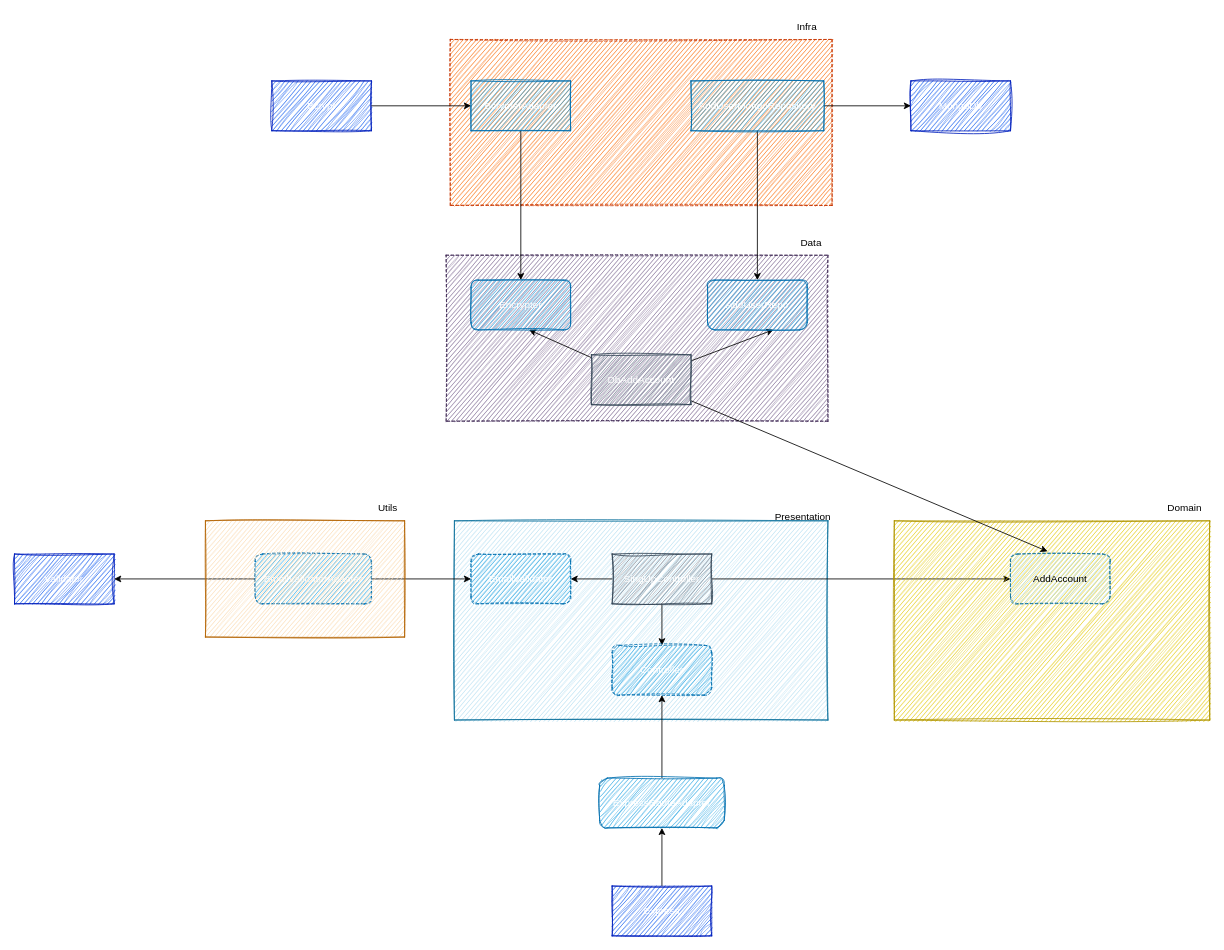
This is diagram.drawio from Luke0195/clean-node-api, a draw.io file, before an edit. Source tidied: cells renumbered, new cells numbered last; positions are measured from the earlier drawing's top-left corner, leaving out a move shared by most shapes. Both pictures are drawn from the tidied source at 83%, with x=0, y=0 at pixel (14, 14).
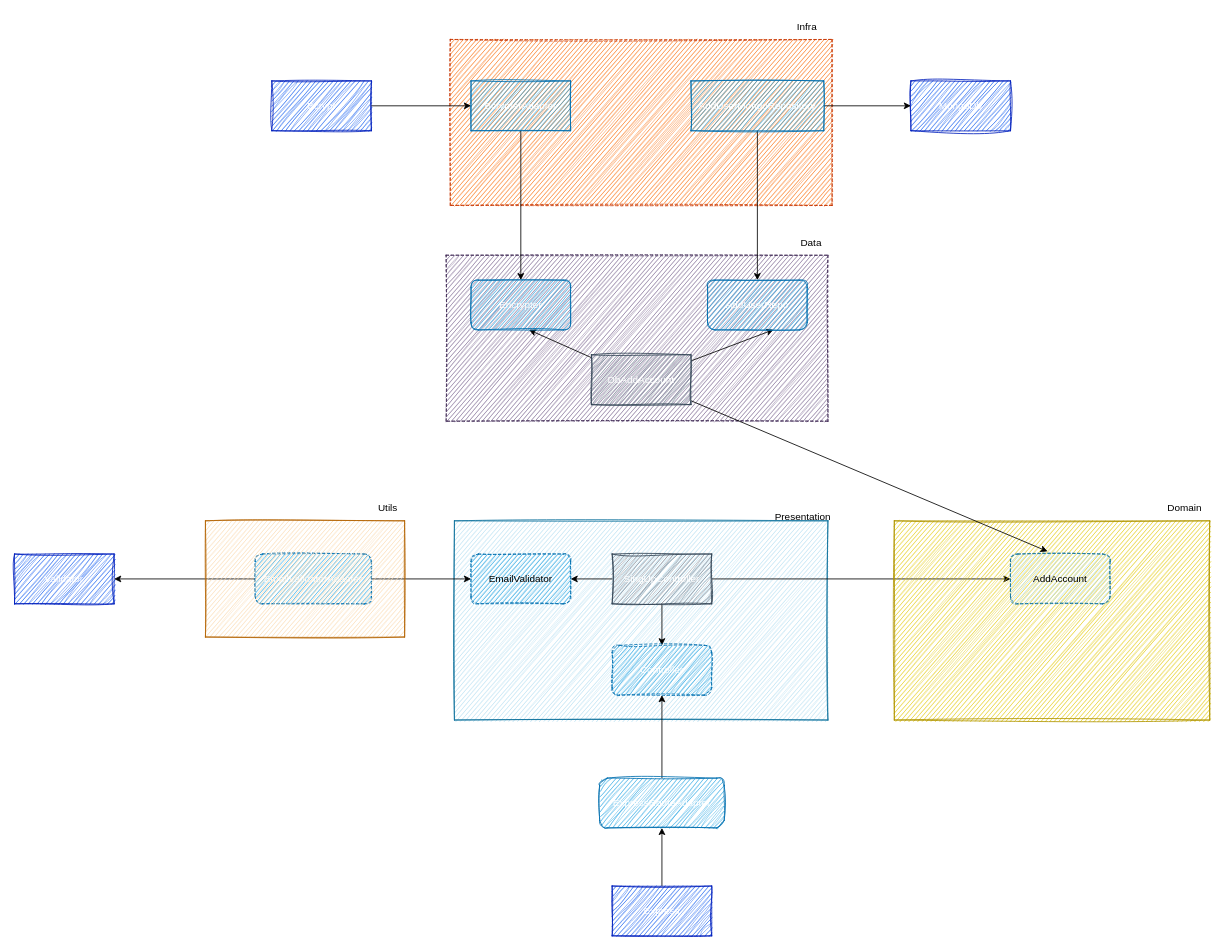
The same page after the edit.

Commit message (it also covers changes not shown here):
test: ensure SignUpController calls EmailValidator with correct e-mail

Change to the diagram source:
```diff
@@
-    <mxCell id="19" value="EmailValidator" style="rounded=1;whiteSpace=wrap;html=1;shadow=0;dashed=1;sketch=1;fillColor=#1ba1e2;fontColor=#ffffff;strokeColor=#006EAF;" parent="1" vertex="1">
+    <mxCell id="19" value="&lt;font style=&quot;color: rgb(0, 0, 0);&quot;&gt;EmailValidator&lt;/font&gt;" style="rounded=1;whiteSpace=wrap;html=1;shadow=0;dashed=1;sketch=1;fillColor=#1ba1e2;fontColor=#ffffff;strokeColor=#006EAF;" parent="1" vertex="1">
       <mxGeometry x="550" y="650" width="120" height="60" as="geometry" />
     </mxCell>
```
